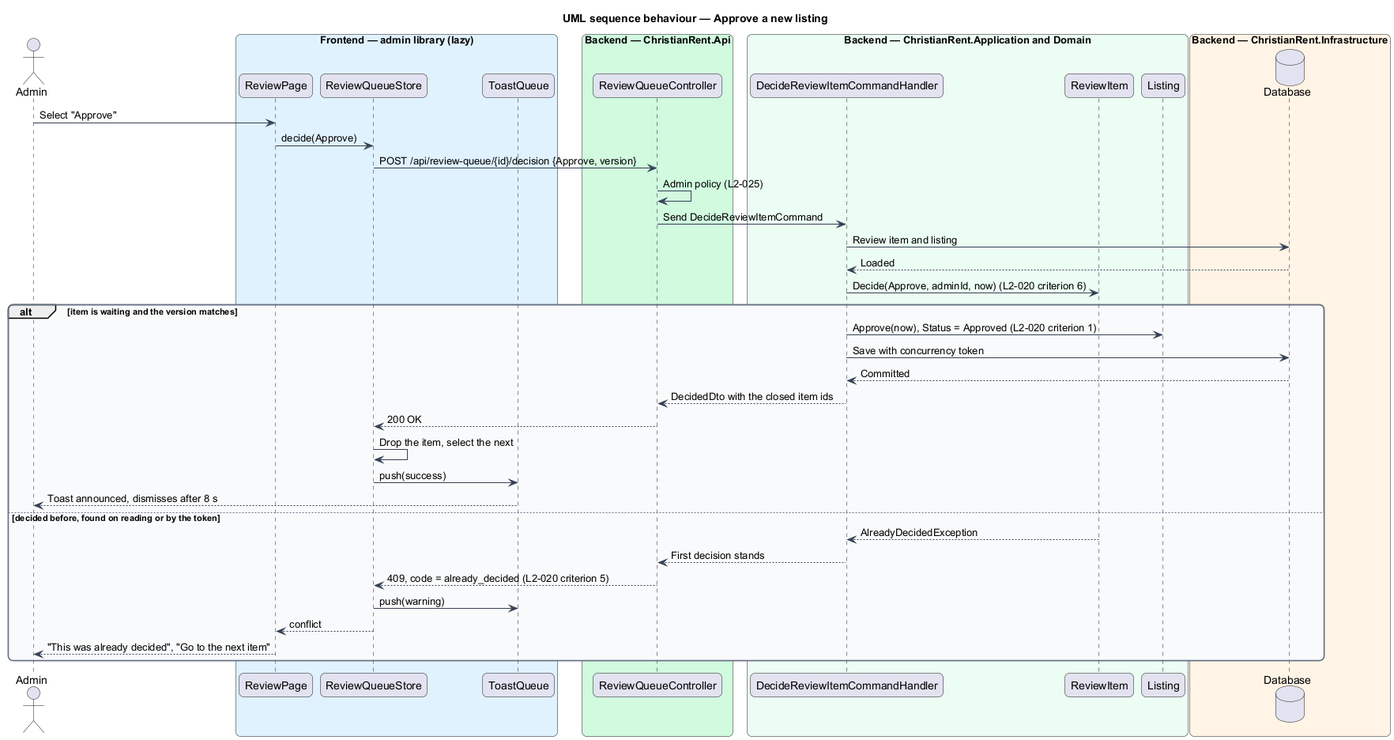
Before: docs/detailed-designs/review/decide-review-item/diagrams/sequence-approve.png, a diagram exported from PlantUML (QuinntyneBrown/christian-rent). Its source is kept beside it as docs/detailed-designs/review/decide-review-item/diagrams/sequence-approve.puml. Its diagram source:
```plantuml
@startuml
title UML sequence behaviour — Approve a new listing
skinparam backgroundColor #FFFFFF
skinparam shadowing false
skinparam roundcorner 12
skinparam defaultFontName Arial
skinparam ArrowColor #344054
skinparam rectangle {
  BorderColor #344054
  FontColor #101828
}
skinparam package {
  BorderColor #667085
  FontColor #101828
  BackgroundColor #F9FAFB
}
actor "Admin" as actor
box "Frontend — admin library (lazy)" #E0F2FE
  participant "ReviewPage" as page
  participant "ReviewQueueStore" as store
  participant "ToastQueue" as toasts
end box
box "Backend — ChristianRent.Api" #D1FADF
  participant "ReviewQueueController" as ctrl
end box
box "Backend — ChristianRent.Application and Domain" #ECFDF3
  participant "DecideReviewItemCommandHandler" as handler
  participant "ReviewItem" as item
  participant "Listing" as listing
end box
box "Backend — ChristianRent.Infrastructure" #FFF4E5
  database "Database" as db
end box
actor -> page : Select "Approve"
page -> store : decide(Approve)
store -> ctrl : POST /api/review-queue/{id}/decision {Approve, version}
ctrl -> ctrl : Admin policy (L2-025)
ctrl -> handler : Send DecideReviewItemCommand
handler -> db : Review item and listing
db --> handler : Loaded
handler -> item : Decide(Approve, adminId, now) (L2-020 criterion 6)
alt item is waiting and the version matches
  handler -> listing : Approve(now), Status = Approved (L2-020 criterion 1)
  handler -> db : Save with concurrency token
  db --> handler : Committed
  handler --> ctrl : DecidedDto with the closed item ids
  ctrl --> store : 200 OK
  store -> store : Drop the item, select the next
  store -> toasts : push(success)
  toasts --> actor : Toast announced, dismisses after 8 s
else decided before, found on reading or by the token
  item --> handler : AlreadyDecidedException
  handler --> ctrl : First decision stands
  ctrl --> store : 409, code = already_decided (L2-020 criterion 5)
  store -> toasts : push(warning)
  store --> page : conflict
  page --> actor : "This was already decided", "Go to the next item"
end
@enduml
```
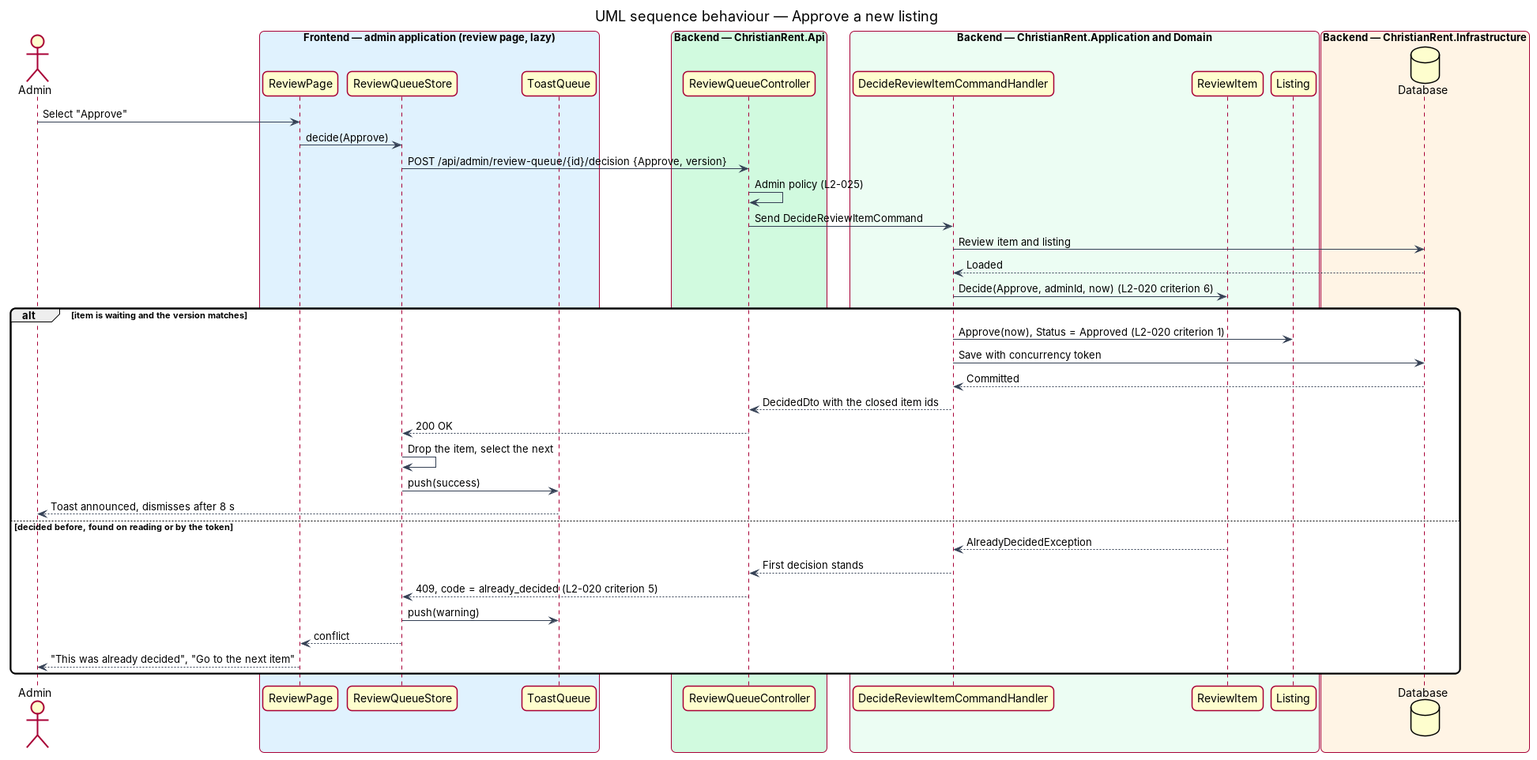
The same file after the commit.

What changed in the source:
```diff
@@ -15,7 +15,7 @@
   BackgroundColor #F9FAFB
 }
 actor "Admin" as actor
-box "Frontend — admin library (lazy)" #E0F2FE
+box "Frontend — admin application (review page, lazy)" #E0F2FE
   participant "ReviewPage" as page
   participant "ReviewQueueStore" as store
   participant "ToastQueue" as toasts
@@ -33,7 +33,7 @@
 end box
 actor -> page : Select "Approve"
 page -> store : decide(Approve)
-store -> ctrl : POST /api/review-queue/{id}/decision {Approve, version}
+store -> ctrl : POST /api/admin/review-queue/{id}/decision {Approve, version}
 ctrl -> ctrl : Admin policy (L2-025)
 ctrl -> handler : Send DecideReviewItemCommand
 handler -> db : Review item and listing
```
